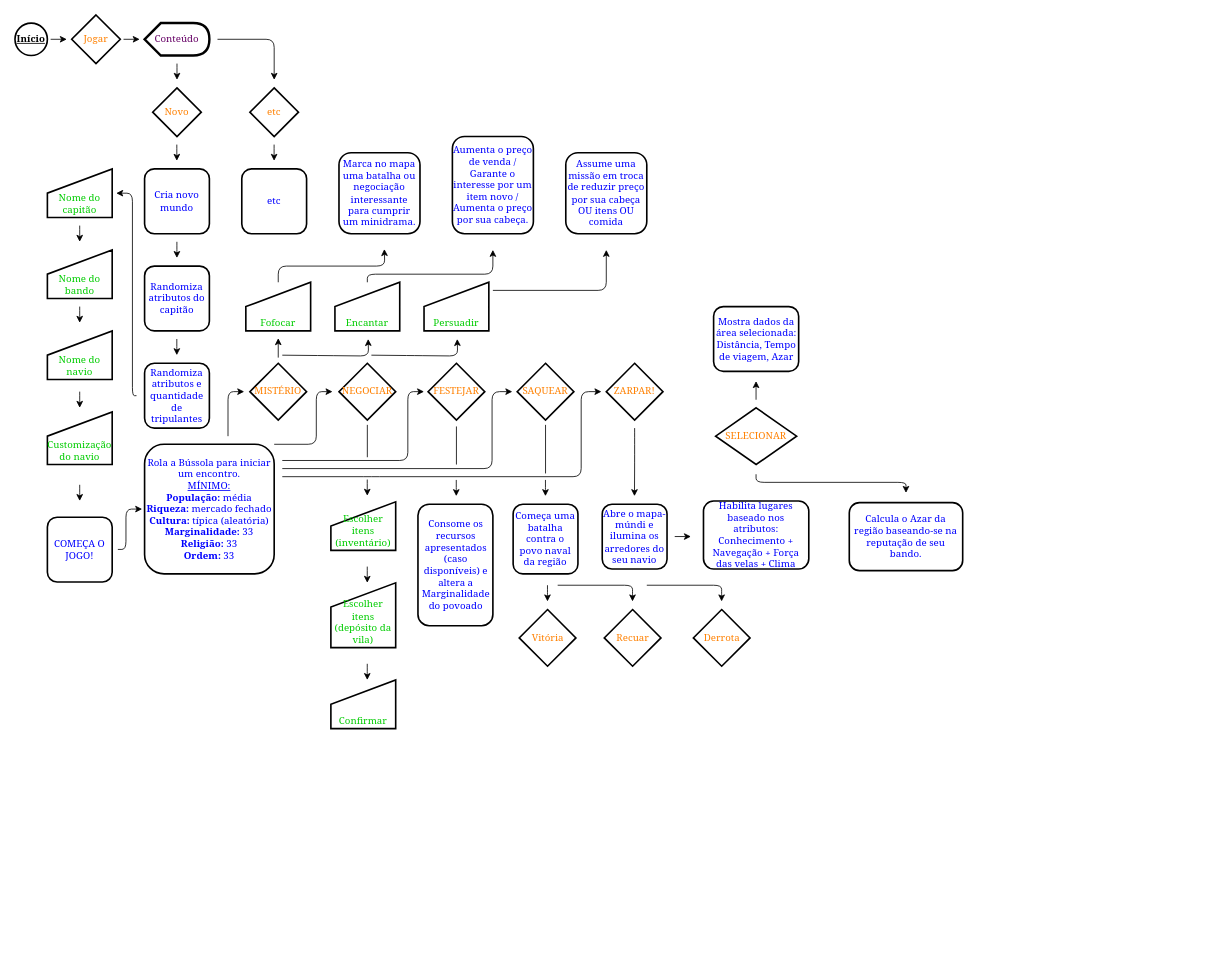
Earlier version of the draw.io diagram teste.drawio (ErosBenkert/LOPR). Source tidied: cells renumbered, new cells numbered last; positions are measured from the earlier drawing's top-left corner, leaving out a move shared by most shapes. Both pictures are drawn from the tidied source at 81%, with x=0, y=0 at pixel (15, 15).
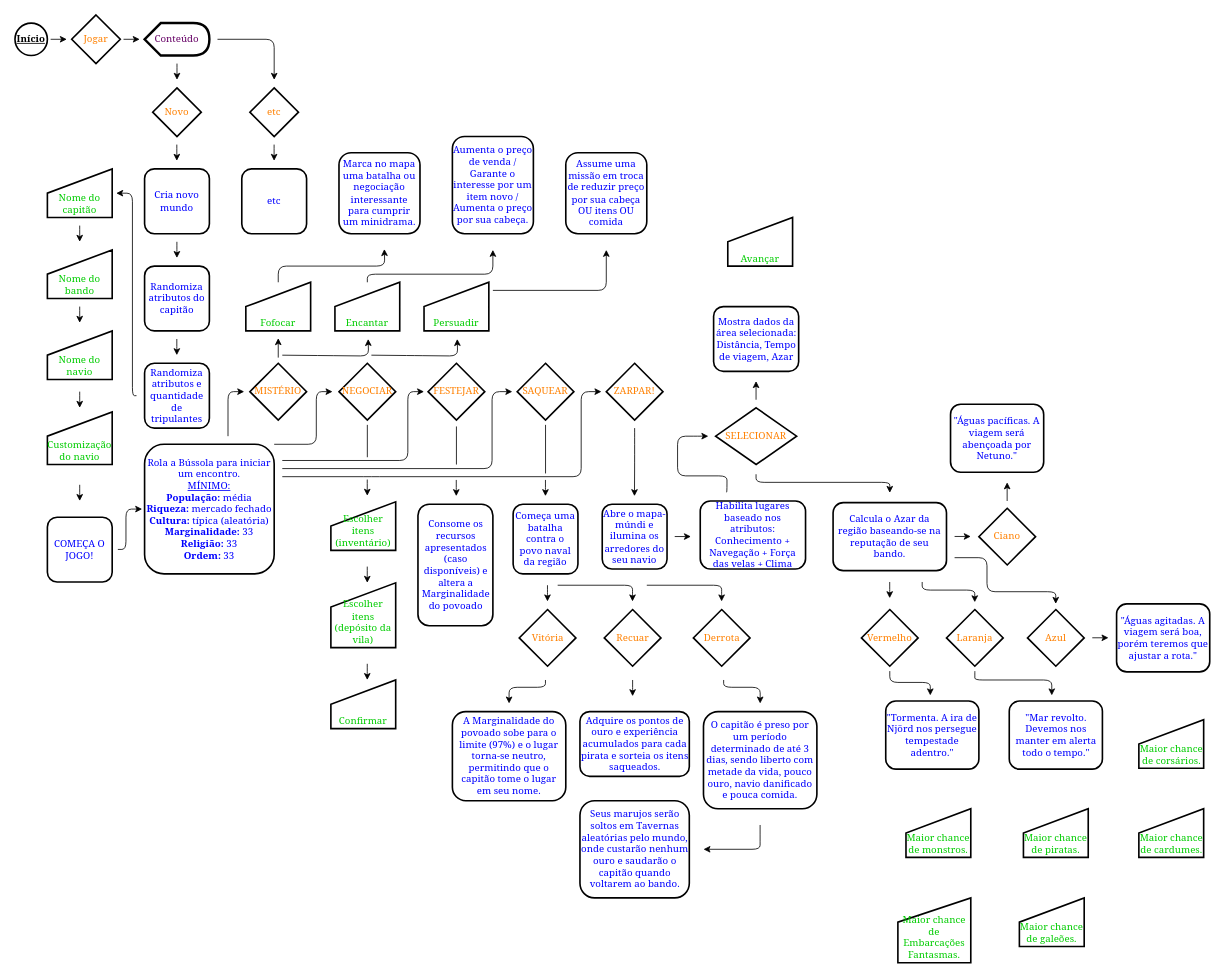
Above is the later version.

Diff of the diagram source:
```diff
@@
     <mxCell id="75" value="&lt;font color=&quot;#0000ff&quot; face=&quot;Georgia&quot;&gt;Habilita lugares baseado nos atributos: Conhecimento + Navegação + Força das velas + Clima&lt;br&gt;&lt;/font&gt;" style="rounded=1;whiteSpace=wrap;html=1;strokeColor=#000000;strokeWidth=2;" parent="1" vertex="1">
-      <mxGeometry x="850" y="600" width="130" height="84" as="geometry" />
+      <mxGeometry x="846" y="600" width="130" height="84" as="geometry" />
     </mxCell>
     <mxCell id="76" value="&lt;font color=&quot;#0000ff&quot; face=&quot;Georgia&quot;&gt;Calcula o Azar da região baseando-se na reputação de seu bando.&lt;br&gt;&lt;/font&gt;" style="rounded=1;whiteSpace=wrap;html=1;strokeColor=#000000;strokeWidth=2;" parent="1" vertex="1">
-      <mxGeometry x="1030" y="602" width="140" height="84" as="geometry" />
+      <mxGeometry x="1010" y="602" width="140" height="84" as="geometry" />
     </mxCell>
@@
     <mxCell id="79" style="edgeStyle=orthogonalEdgeStyle;orthogonalLoop=1;jettySize=auto;html=1;rounded=1;" parent="1" edge="1">
       <mxGeometry relative="1" as="geometry">
         <mxPoint x="914.9" y="567" as="sourcePoint" />
-        <mxPoint x="1100" y="590" as="targetPoint" />
+        <mxPoint x="1080" y="590" as="targetPoint" />
         <Array as="points">
           <mxPoint x="915" y="577" />
-          <mxPoint x="1100" y="577" />
+          <mxPoint x="1080" y="577" />
         </Array>
       </mxGeometry>
     </mxCell>
@@
+    <mxCell id="81" style="edgeStyle=orthogonalEdgeStyle;rounded=1;orthogonalLoop=1;jettySize=auto;html=1;" parent="1" edge="1">
+      <mxGeometry relative="1" as="geometry">
+        <mxPoint x="878" y="589" as="sourcePoint" />
+        <mxPoint x="856" y="520" as="targetPoint" />
+        <Array as="points">
+          <mxPoint x="879" y="589" />
+          <mxPoint x="879" y="569" />
+          <mxPoint x="818" y="569" />
+          <mxPoint x="818" y="520" />
+          <mxPoint x="848" y="520" />
+        </Array>
+      </mxGeometry>
+    </mxCell>
+    <mxCell id="82" style="edgeStyle=orthogonalEdgeStyle;orthogonalLoop=1;jettySize=auto;html=1;rounded=1;" parent="1" edge="1">
+      <mxGeometry relative="1" as="geometry">
+        <mxPoint x="762.5" y="821" as="sourcePoint" />
+        <mxPoint x="762.5" y="841" as="targetPoint" />
+        <Array as="points">
+          <mxPoint x="762.5" y="831" />
+          <mxPoint x="762.5" y="831" />
+        </Array>
+      </mxGeometry>
+    </mxCell>
+    <mxCell id="83" value="&lt;font face=&quot;Georgia&quot; color=&quot;#0000ff&quot;&gt;Adquire os pontos de ouro e experiência acumulados para cada pirata e sorteia os itens saqueados.&lt;br&gt;&lt;/font&gt;" style="rounded=1;whiteSpace=wrap;html=1;strokeColor=#000000;strokeWidth=2;" parent="1" vertex="1">
+      <mxGeometry x="697.5" y="860" width="135" height="80" as="geometry" />
+    </mxCell>
+    <mxCell id="84" value="&lt;font face=&quot;Georgia&quot; color=&quot;#0000ff&quot;&gt;A Marginalidade do povoado sobe para o limite (97%) e o lugar torna-se neutro, permitindo que o capitão tome o lugar em seu nome.&lt;br&gt;&lt;/font&gt;" style="rounded=1;whiteSpace=wrap;html=1;strokeColor=#000000;strokeWidth=2;" parent="1" vertex="1">
+      <mxGeometry x="540" y="860" width="140" height="110" as="geometry" />
+    </mxCell>
+    <mxCell id="85" style="edgeStyle=orthogonalEdgeStyle;orthogonalLoop=1;jettySize=auto;html=1;rounded=1;" parent="1" edge="1">
+      <mxGeometry relative="1" as="geometry">
+        <mxPoint x="654.9" y="821" as="sourcePoint" />
+        <mxPoint x="610" y="850" as="targetPoint" />
+        <Array as="points">
+          <mxPoint x="655" y="830" />
+          <mxPoint x="610" y="830" />
+        </Array>
+      </mxGeometry>
+    </mxCell>
+    <mxCell id="86" value="&lt;font face=&quot;Georgia&quot; color=&quot;#0000ff&quot;&gt;O capitão é preso por um período determinado de até 3 dias, sendo liberto com metade da vida, pouco ouro, navio danificado e pouca comida.&lt;br&gt;&lt;/font&gt;" style="rounded=1;whiteSpace=wrap;html=1;strokeColor=#000000;strokeWidth=2;" parent="1" vertex="1">
+      <mxGeometry x="850" y="860" width="140" height="120" as="geometry" />
+    </mxCell>
+    <mxCell id="87" style="edgeStyle=orthogonalEdgeStyle;orthogonalLoop=1;jettySize=auto;html=1;rounded=1;" parent="1" edge="1">
+      <mxGeometry relative="1" as="geometry">
+        <mxPoint x="874.9" y="821" as="sourcePoint" />
+        <mxPoint x="920" y="850" as="targetPoint" />
+        <Array as="points">
+          <mxPoint x="875" y="830" />
+          <mxPoint x="920" y="830" />
+          <mxPoint x="920" y="850" />
+        </Array>
+      </mxGeometry>
+    </mxCell>
+    <mxCell id="88" value="Vermelho" style="rhombus;whiteSpace=wrap;html=1;fontFamily=Georgia;strokeColor=#000000;strokeWidth=2;fontColor=#FF8000;" parent="1" vertex="1">
+      <mxGeometry x="1045" y="734" width="70" height="70" as="geometry" />
+    </mxCell>
+    <mxCell id="89" value="Laranja" style="rhombus;whiteSpace=wrap;html=1;fontFamily=Georgia;strokeColor=#000000;strokeWidth=2;fontColor=#FF8000;" parent="1" vertex="1">
+      <mxGeometry x="1150" y="734" width="70" height="70" as="geometry" />
+    </mxCell>
+    <mxCell id="90" value="Azul" style="rhombus;whiteSpace=wrap;html=1;fontFamily=Georgia;strokeColor=#000000;strokeWidth=2;fontColor=#FF8000;" parent="1" vertex="1">
+      <mxGeometry x="1250" y="734" width="70" height="70" as="geometry" />
+    </mxCell>
+    <mxCell id="91" value="Ciano" style="rhombus;whiteSpace=wrap;html=1;fontFamily=Georgia;strokeColor=#000000;strokeWidth=2;fontColor=#FF8000;" parent="1" vertex="1">
+      <mxGeometry x="1190" y="609" width="70" height="70" as="geometry" />
+    </mxCell>
+    <mxCell id="92" style="edgeStyle=orthogonalEdgeStyle;orthogonalLoop=1;jettySize=auto;html=1;rounded=1;" parent="1" edge="1">
+      <mxGeometry relative="1" as="geometry">
+        <mxPoint x="1160" y="643.8" as="sourcePoint" />
+        <mxPoint x="1180" y="643.8" as="targetPoint" />
+      </mxGeometry>
+    </mxCell>
+    <mxCell id="93" style="edgeStyle=orthogonalEdgeStyle;orthogonalLoop=1;jettySize=auto;html=1;rounded=1;" parent="1" edge="1">
+      <mxGeometry relative="1" as="geometry">
+        <mxPoint x="919.9" y="1000" as="sourcePoint" />
+        <mxPoint x="850" y="1030" as="targetPoint" />
+        <Array as="points">
+          <mxPoint x="919.9" y="1010" />
+          <mxPoint x="919.9" y="1010" />
+        </Array>
+      </mxGeometry>
+    </mxCell>
+    <mxCell id="94" value="&lt;font face=&quot;Georgia&quot; color=&quot;#0000ff&quot;&gt;Seus marujos serão soltos em Tavernas aleatórias pelo mundo, onde custarão nenhum ouro e saudarão o capitão quando voltarem ao bando.&lt;br&gt;&lt;/font&gt;" style="rounded=1;whiteSpace=wrap;html=1;strokeColor=#000000;strokeWidth=2;" parent="1" vertex="1">
+      <mxGeometry x="697.5" y="970" width="135" height="120" as="geometry" />
+    </mxCell>
+    <mxCell id="95" style="edgeStyle=orthogonalEdgeStyle;orthogonalLoop=1;jettySize=auto;html=1;rounded=1;" parent="1" edge="1">
+      <mxGeometry relative="1" as="geometry">
+        <mxPoint x="1079.9" y="700" as="sourcePoint" />
+        <mxPoint x="1079.9" y="720" as="targetPoint" />
+        <Array as="points">
+          <mxPoint x="1079.9" y="710" />
+          <mxPoint x="1079.9" y="710" />
+        </Array>
+      </mxGeometry>
+    </mxCell>
+    <mxCell id="96" style="edgeStyle=orthogonalEdgeStyle;orthogonalLoop=1;jettySize=auto;html=1;rounded=1;" parent="1" edge="1">
+      <mxGeometry relative="1" as="geometry">
+        <mxPoint x="1120" y="700" as="sourcePoint" />
+        <mxPoint x="1184.9" y="725" as="targetPoint" />
+        <Array as="points">
+          <mxPoint x="1120" y="710" />
+          <mxPoint x="1185" y="710" />
+        </Array>
+      </mxGeometry>
+    </mxCell>
+    <mxCell id="97" value="Avançar" style="shape=manualInput;whiteSpace=wrap;html=1;strokeWidth=2;fontFamily=Georgia;fontColor=#00CC00;verticalAlign=bottom;" parent="1" vertex="1">
+      <mxGeometry x="880" y="250" width="80" height="60" as="geometry" />
+    </mxCell>
+    <mxCell id="98" value="&lt;font face=&quot;Georgia&quot; color=&quot;#0000ff&quot;&gt;&quot;Águas pacíficas. A viagem será abençoada por Netuno.&quot;&lt;br&gt;&lt;/font&gt;" style="rounded=1;whiteSpace=wrap;html=1;strokeColor=#000000;strokeWidth=2;" parent="1" vertex="1">
+      <mxGeometry x="1155" y="480.5" width="115" height="84" as="geometry" />
+    </mxCell>
+    <mxCell id="99" value="&lt;font face=&quot;Georgia&quot; color=&quot;#0000ff&quot;&gt;&quot;Mar revolto. Devemos nos manter em alerta todo o tempo.&quot;&lt;br&gt;&lt;/font&gt;" style="rounded=1;whiteSpace=wrap;html=1;strokeColor=#000000;strokeWidth=2;" parent="1" vertex="1">
+      <mxGeometry x="1227.5" y="847" width="115" height="84" as="geometry" />
+    </mxCell>
+    <mxCell id="100" value="&lt;font face=&quot;Georgia&quot; color=&quot;#0000ff&quot;&gt;&quot;Águas agitadas. A viagem será boa, porém teremos que ajustar a rota.&quot;&lt;br&gt;&lt;/font&gt;" style="rounded=1;whiteSpace=wrap;html=1;strokeColor=#000000;strokeWidth=2;" parent="1" vertex="1">
+      <mxGeometry x="1360" y="727" width="115" height="84" as="geometry" />
+    </mxCell>
+    <mxCell id="101" value="&lt;font face=&quot;Georgia&quot; color=&quot;#0000ff&quot;&gt;&quot;Tormenta. A ira de Njörd nos persegue tempestade adentro.&quot;&lt;br&gt;&lt;/font&gt;" style="rounded=1;whiteSpace=wrap;html=1;strokeColor=#000000;strokeWidth=2;" parent="1" vertex="1">
+      <mxGeometry x="1075" y="847" width="115" height="84" as="geometry" />
+    </mxCell>
+    <mxCell id="102" style="edgeStyle=orthogonalEdgeStyle;orthogonalLoop=1;jettySize=auto;html=1;rounded=1;" parent="1" edge="1">
+      <mxGeometry relative="1" as="geometry">
+        <mxPoint x="1080" y="810" as="sourcePoint" />
+        <mxPoint x="1130" y="840" as="targetPoint" />
+        <Array as="points">
+          <mxPoint x="1080" y="824" />
+          <mxPoint x="1130" y="824" />
+        </Array>
+      </mxGeometry>
+    </mxCell>
+    <mxCell id="103" style="edgeStyle=orthogonalEdgeStyle;orthogonalLoop=1;jettySize=auto;html=1;rounded=1;" parent="1" edge="1">
+      <mxGeometry relative="1" as="geometry">
+        <mxPoint x="1185" y="810" as="sourcePoint" />
+        <mxPoint x="1280" y="840" as="targetPoint" />
+        <Array as="points">
+          <mxPoint x="1185" y="811" />
+          <mxPoint x="1185" y="811" />
+          <mxPoint x="1185" y="821" />
+          <mxPoint x="1280" y="821" />
+        </Array>
+      </mxGeometry>
+    </mxCell>
+    <mxCell id="104" style="edgeStyle=orthogonalEdgeStyle;orthogonalLoop=1;jettySize=auto;html=1;rounded=1;" parent="1" edge="1">
+      <mxGeometry relative="1" as="geometry">
+        <mxPoint x="1330" y="768.9" as="sourcePoint" />
+        <mxPoint x="1350" y="768.9" as="targetPoint" />
+      </mxGeometry>
+    </mxCell>
+    <mxCell id="105" style="edgeStyle=orthogonalEdgeStyle;rounded=0;orthogonalLoop=1;jettySize=auto;html=1;" parent="1" edge="1">
+      <mxGeometry relative="1" as="geometry">
+        <mxPoint x="1224.9" y="600" as="sourcePoint" />
+        <mxPoint x="1224.9" y="577" as="targetPoint" />
+      </mxGeometry>
+    </mxCell>
+    <mxCell id="106" style="edgeStyle=orthogonalEdgeStyle;orthogonalLoop=1;jettySize=auto;html=1;rounded=1;" parent="1" edge="1">
+      <mxGeometry relative="1" as="geometry">
+        <mxPoint x="1160" y="670" as="sourcePoint" />
+        <mxPoint x="1284.9" y="727" as="targetPoint" />
+        <Array as="points">
+          <mxPoint x="1200" y="670" />
+          <mxPoint x="1200" y="712" />
+          <mxPoint x="1285" y="712" />
+        </Array>
+      </mxGeometry>
+    </mxCell>
+    <mxCell id="107" value="Maior chance de monstros." style="shape=manualInput;whiteSpace=wrap;html=1;strokeWidth=2;fontFamily=Georgia;fontColor=#00CC00;verticalAlign=bottom;" parent="1" vertex="1">
+      <mxGeometry x="1100" y="980" width="80" height="60" as="geometry" />
+    </mxCell>
+    <mxCell id="108" value="Maior chance de Embarcações Fantasmas." style="shape=manualInput;whiteSpace=wrap;html=1;strokeWidth=2;fontFamily=Georgia;fontColor=#00CC00;verticalAlign=bottom;" parent="1" vertex="1">
+      <mxGeometry x="1090" y="1090" width="90" height="80" as="geometry" />
+    </mxCell>
+    <mxCell id="109" value="Maior chance de piratas." style="shape=manualInput;whiteSpace=wrap;html=1;strokeWidth=2;fontFamily=Georgia;fontColor=#00CC00;verticalAlign=bottom;" parent="1" vertex="1">
+      <mxGeometry x="1245" y="980" width="80" height="60" as="geometry" />
+    </mxCell>
+    <mxCell id="110" value="Maior chance de galeões." style="shape=manualInput;whiteSpace=wrap;html=1;strokeWidth=2;fontFamily=Georgia;fontColor=#00CC00;verticalAlign=bottom;" parent="1" vertex="1">
+      <mxGeometry x="1240" y="1090" width="80" height="60" as="geometry" />
+    </mxCell>
+    <mxCell id="111" value="Maior chance de cardumes." style="shape=manualInput;whiteSpace=wrap;html=1;strokeWidth=2;fontFamily=Georgia;fontColor=#00CC00;verticalAlign=bottom;" parent="1" vertex="1">
+      <mxGeometry x="1387.5" y="980" width="80" height="60" as="geometry" />
+    </mxCell>
+    <mxCell id="112" value="Maior chance de corsários." style="shape=manualInput;whiteSpace=wrap;html=1;strokeWidth=2;fontFamily=Georgia;fontColor=#00CC00;verticalAlign=bottom;" parent="1" vertex="1">
+      <mxGeometry x="1387.5" y="870" width="80" height="60" as="geometry" />
+    </mxCell>
```
